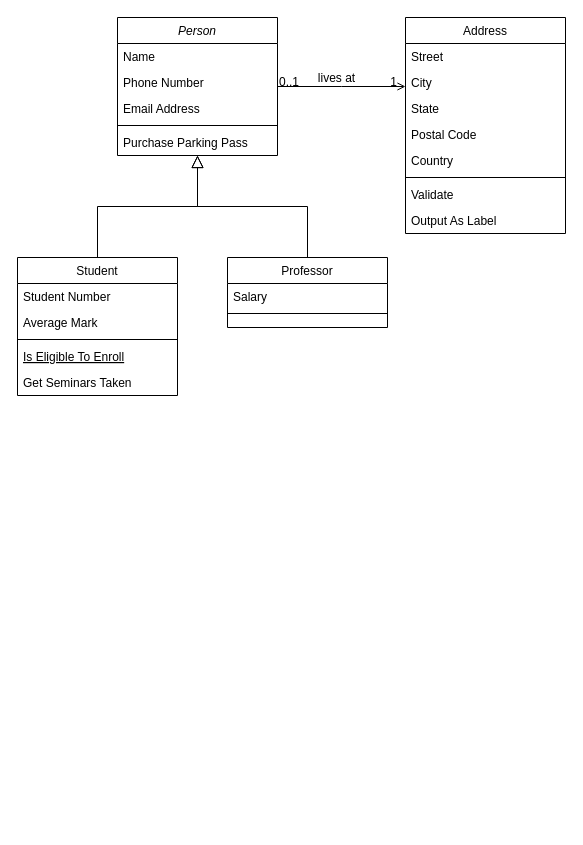
Before: Sudoku.drawio in NihilisticMotif/Draw10SoftwarePlanning, a draw.io diagram. Source tidied: cells renumbered, new cells numbered last; positions are measured from the earlier drawing's top-left corner, leaving out a move shared by most shapes. Both pictures are drawn from the tidied source at 100%, with x=0, y=0 at pixel (17, 17).
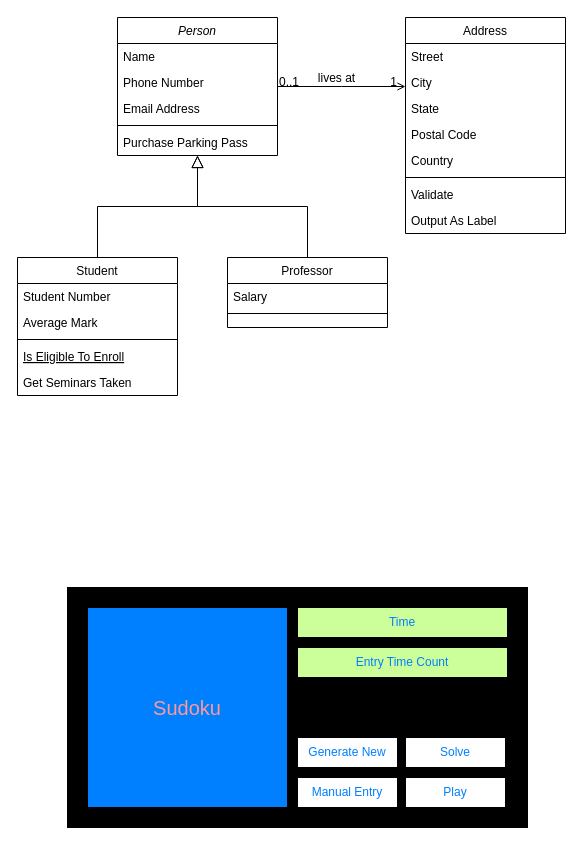
Above is the later version.

Diff of the diagram source:
```diff
@@
+    <mxCell id="32" style="rounded=0;whiteSpace=wrap;html=1;fillColor=#000000;" parent="1" vertex="1">
+      <mxGeometry x="50" y="570" width="460" height="240" as="geometry" />
+    </mxCell>
+    <mxCell id="33" value="Sudoku" style="whiteSpace=wrap;html=1;fillColor=#007FFF;fontColor=#FF9999;fontSize=20;" parent="1" vertex="1">
+      <mxGeometry x="70" y="590" width="200" height="200" as="geometry" />
+    </mxCell>
+    <mxCell id="34" value="Manual Entry" style="rounded=0;whiteSpace=wrap;html=1;fontColor=#007FFF;fillColor=#FFFFFF;" parent="1" vertex="1">
+      <mxGeometry x="280" y="760" width="100" height="30" as="geometry" />
+    </mxCell>
+    <mxCell id="35" value="Play" style="rounded=0;whiteSpace=wrap;html=1;fontColor=#007FFF;fillColor=#FFFFFF;" parent="1" vertex="1">
+      <mxGeometry x="388" y="760" width="100" height="30" as="geometry" />
+    </mxCell>
+    <mxCell id="36" value="Time" style="rounded=0;whiteSpace=wrap;html=1;fontSize=12;fontColor=#007FFF;fillColor=#CCFF99;" parent="1" vertex="1">
+      <mxGeometry x="280" y="590" width="210" height="30" as="geometry" />
+    </mxCell>
+    <mxCell id="37" value="Generate New" style="rounded=0;whiteSpace=wrap;html=1;fontColor=#007FFF;fillColor=#FFFFFF;" parent="1" vertex="1">
+      <mxGeometry x="280" y="720" width="100" height="30" as="geometry" />
+    </mxCell>
+    <mxCell id="38" value="Solve" style="rounded=0;whiteSpace=wrap;html=1;fontColor=#007FFF;fillColor=#FFFFFF;" parent="1" vertex="1">
+      <mxGeometry x="388" y="720" width="100" height="30" as="geometry" />
+    </mxCell>
+    <mxCell id="39" value="Entry Time Count" style="rounded=0;whiteSpace=wrap;html=1;fontSize=12;fontColor=#007FFF;fillColor=#CCFF99;" parent="1" vertex="1">
+      <mxGeometry x="280" y="630" width="210" height="30" as="geometry" />
+    </mxCell>
```
